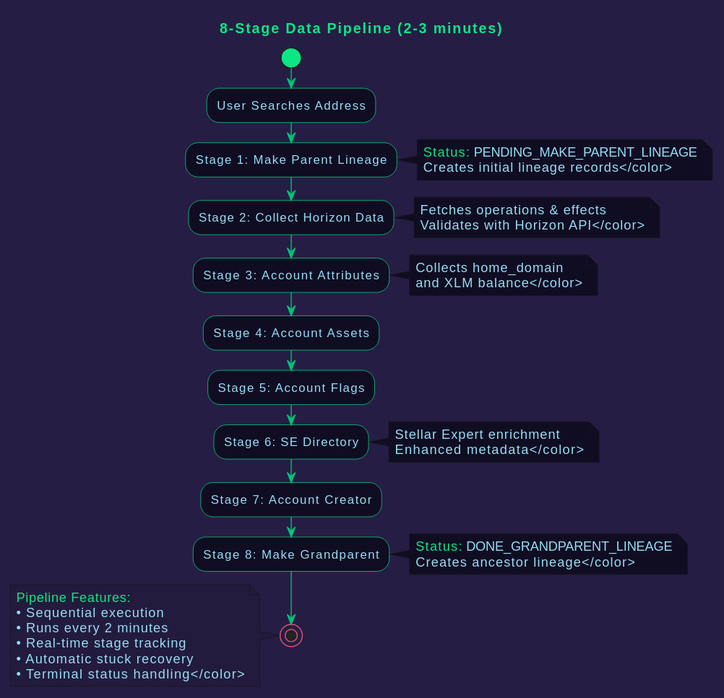
This is diagrams/02_data_pipeline.svg from areveur51/StellarMapWeb, a PlantUML export, as it was before one commit.
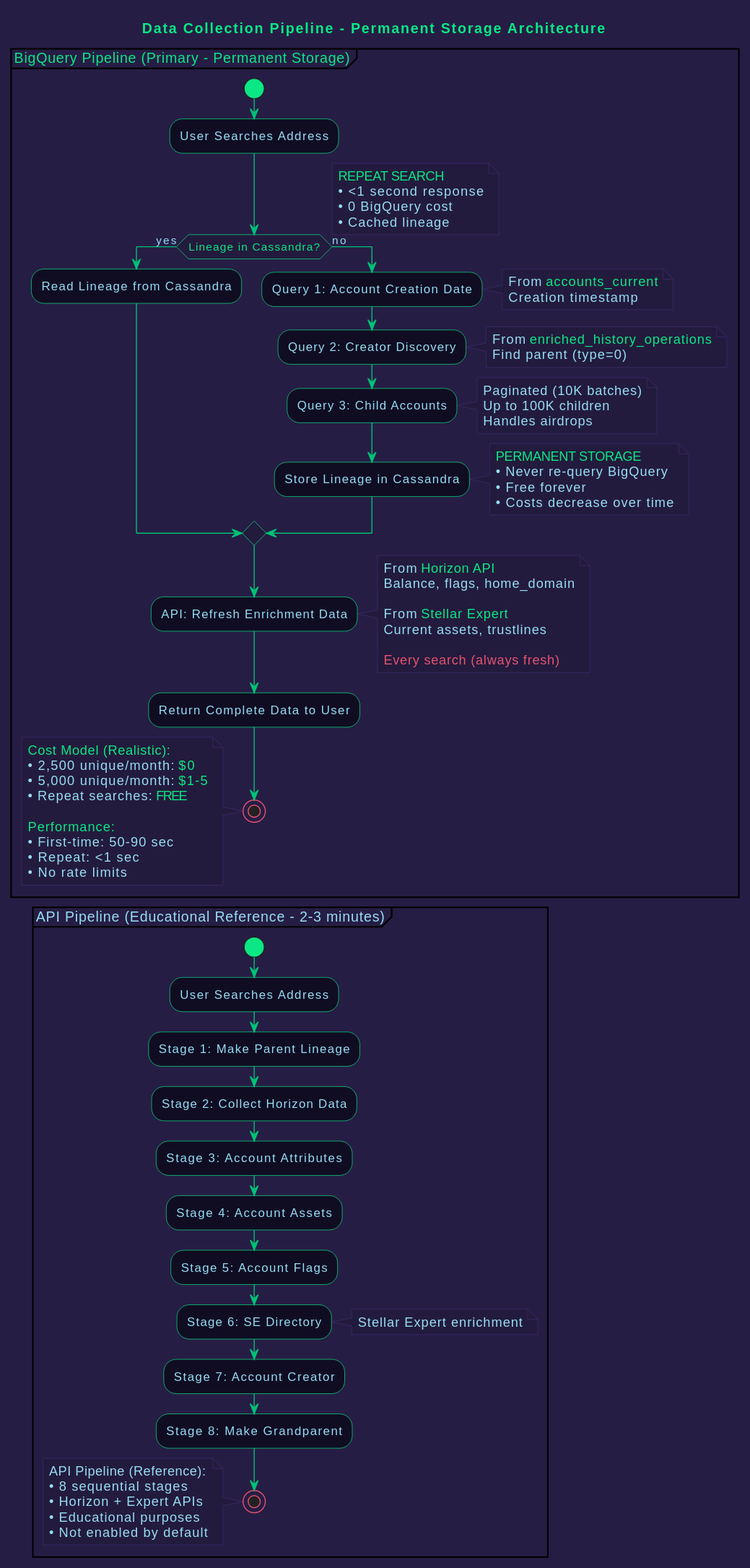
Above is the later version.

Commit message:
Update data pipeline to use permanent storage and improve cost efficiency

Diff of the diagram source:
```diff
@@ -8,58 +8,128 @@
 skinparam activityArrowColor #01C176
 skinparam activityStartColor #0BE784
 skinparam activityStopColor #E5526F
+skinparam activityDiamondBackgroundColor #231B3D
+skinparam activityDiamondBorderColor #0BE784
 skinparam defaultFontColor #96DDF2
+skinparam note {
+  BackgroundColor #231B3D
+  BorderColor #3f2c70
+  FontColor #96DDF2
+}
 
-title <color:#0BE784>8-Stage Data Pipeline (2-3 minutes)</color>
+title <color:#0BE784>Data Collection Pipeline - Permanent Storage Architecture
 
-start
+partition "<color:#0BE784>BigQuery Pipeline (Primary - Permanent Storage)" {
+  start
 
-:User Searches Address;
+  :User Searches Address;
 
-:Stage 1: Make Parent Lineage;
-note right #100D23
-  <color:#0BE784>Status:</color> <color:#96DDF2>PENDING_MAKE_PARENT_LINEAGE
-  Creates initial lineage records</color>
-end note
+  if (<color:#0BE784>Lineage in Cassandra?) then (yes)
+    note right #231B3D
+      <color:#0BE784>REPEAT SEARCH
+      <color:#96DDF2>• <1 second response
+      <color:#96DDF2>• 0 BigQuery cost
+      <color:#96DDF2>• Cached lineage
+    end note
 
-:Stage 2: Collect Horizon Data;
-note right #100D23
-  <color:#96DDF2>Fetches operations & effects
-  Validates with Horizon API</color>
-end note
+    :Read Lineage from Cassandra;
 
-:Stage 3: Account Attributes;
-note right #100D23
-  <color:#96DDF2>Collects home_domain
-  and XLM balance</color>
-end note
+  else (no)
+    note right #231B3D
+      <color:#E5526F>FIRST-TIME SEARCH
+      <color:#96DDF2>• 50-90 second response
+      <color:#96DDF2>• ~265 MB BigQuery usage
+      <color:#96DDF2>• Permanent storage
+    end note
 
-:Stage 4: Account Assets;
+    :Query 1: Account Creation Date;
+    note right #231B3D
+      <color:#96DDF2>From <color:#0BE784>accounts_current
+      <color:#96DDF2>Creation timestamp
+    end note
 
-:Stage 5: Account Flags;
+    :Query 2: Creator Discovery;
+    note right #231B3D
+      <color:#96DDF2>From <color:#0BE784>enriched_history_operations
+      <color:#96DDF2>Find parent (type=0)
+    end note
 
-:Stage 6: SE Directory;
-note right #100D23
-  <color:#96DDF2>Stellar Expert enrichment
-  Enhanced metadata</color>
-end note
+    :Query 3: Child Accounts;
+    note right #231B3D
+      <color:#96DDF2>Paginated (10K batches)
+      <color:#96DDF2>Up to 100K children
+      <color:#96DDF2>Handles airdrops
+    end note
 
-:Stage 7: Account Creator;
+    :Store Lineage in Cassandra;
+    note right #231B3D
+      <color:#0BE784>PERMANENT STORAGE
+      <color:#96DDF2>• Never re-query BigQuery
+      <color:#96DDF2>• Free forever
+      <color:#96DDF2>• Costs decrease over time
+    end note
+  endif
 
-:Stage 8: Make Grandparent;
-note right #100D23
-  <color:#0BE784>Status:</color> <color:#96DDF2>DONE_GRANDPARENT_LINEAGE
-  Creates ancestor lineage</color>
-end note
+  :API: Refresh Enrichment Data;
+  note right #231B3D
+    <color:#96DDF2>From <color:#0BE784>Horizon API
+    <color:#96DDF2>Balance, flags, home_domain
+    <color:#96DDF2>
+    <color:#96DDF2>From <color:#0BE784>Stellar Expert
+    <color:#96DDF2>Current assets, trustlines
+    <color:#96DDF2>
+    <color:#E5526F>Every search (always fresh)
+  end note
 
-stop
+  :Return Complete Data to User;
 
-note left #231B3D
-  <color:#0BE784>Pipeline Features:</color>
-  <color:#96DDF2>• Sequential execution
-  • Runs every 2 minutes
-  • Real-time stage tracking
-  • Automatic stuck recovery
-  • Terminal status handling</color>
-end note
+  stop
+
+  note left #231B3D
+    <color:#0BE784>Cost Model (Realistic):
+    <color:#96DDF2>• 2,500 unique/month: <color:#0BE784>$0
+    <color:#96DDF2>• 5,000 unique/month: <color:#0BE784>$1-5
+    <color:#96DDF2>• Repeat searches: <color:#0BE784>FREE
+    <color:#96DDF2>
+    <color:#0BE784>Performance:
+    <color:#96DDF2>• First-time: 50-90 sec
+    <color:#96DDF2>• Repeat: <1 sec
+    <color:#96DDF2>• No rate limits
+  end note
+}
+
+partition "<color:#96DDF2>API Pipeline (Educational Reference - 2-3 minutes)" {
+  start
+
+  :User Searches Address;
+
+  :Stage 1: Make Parent Lineage;
+
+  :Stage 2: Collect Horizon Data;
+
+  :Stage 3: Account Attributes;
+
+  :Stage 4: Account Assets;
+
+  :Stage 5: Account Flags;
+
+  :Stage 6: SE Directory;
+  note right #231B3D
+    <color:#96DDF2>Stellar Expert enrichment
+  end note
+
+  :Stage 7: Account Creator;
+
+  :Stage 8: Make Grandparent;
+
+  stop
+
+  note left #231B3D
+    <color:#96DDF2>API Pipeline (Reference):
+    <color:#96DDF2>• 8 sequential stages
+    <color:#96DDF2>• Horizon + Expert APIs
+    <color:#96DDF2>• Educational purposes
+    <color:#96DDF2>• Not enabled by default
+  end note
+}
 @enduml
```
